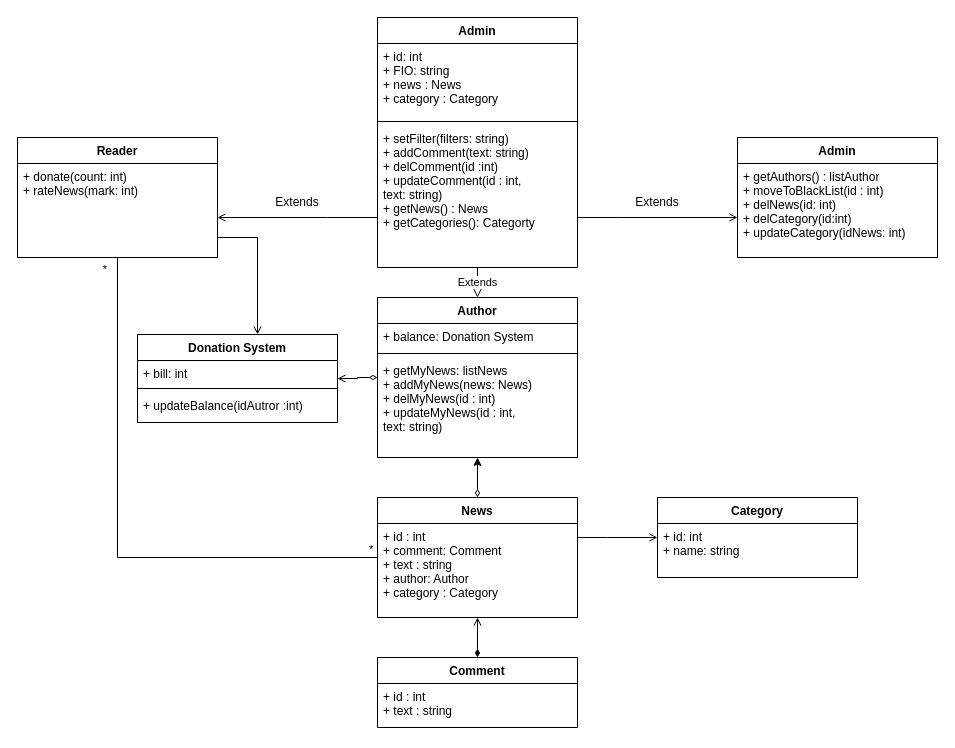
Before: UML/Диаграмма классов.drawio in krista-architecture-po-2021/kryukov_kutueva_news, a draw.io diagram. Source tidied: cells renumbered, new cells numbered last; positions are measured from the earlier drawing's top-left corner, leaving out a move shared by most shapes. Both pictures are drawn from the tidied source at 100%, with x=0, y=0 at pixel (17, 17).
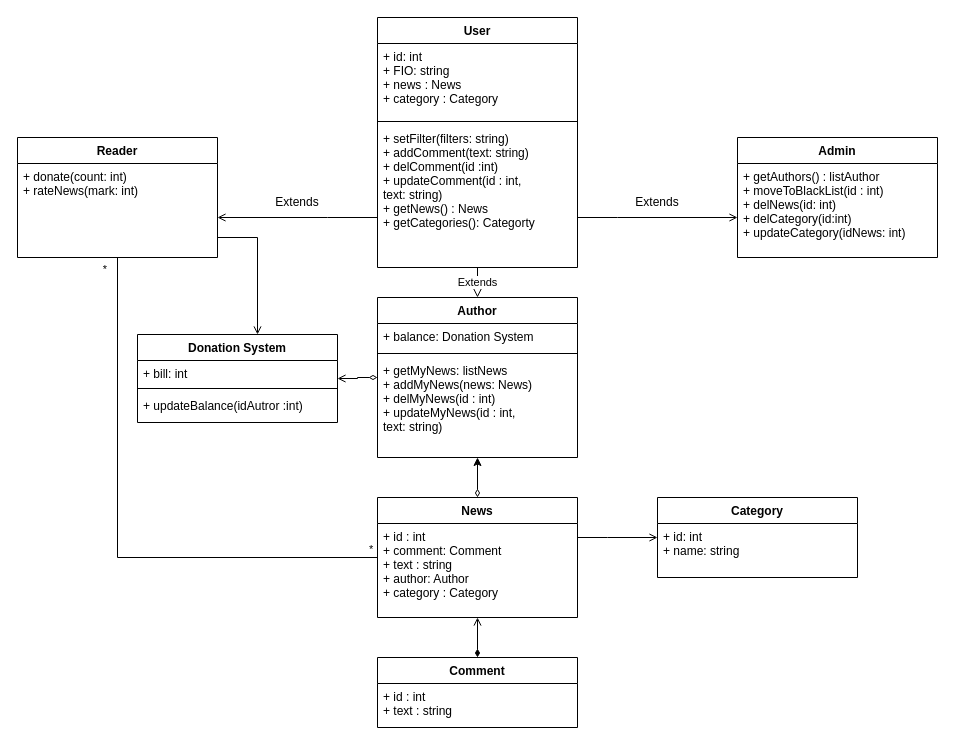
The same diagram, later.

Commit message:
Устранение ошибки

What changed in the source:
```diff
@@
-    <mxCell id="21" value="Admin" style="swimlane;fontStyle=1;align=center;verticalAlign=top;horizontal=1;startSize=26;" parent="1" vertex="1">
+    <mxCell id="21" value="User" style="swimlane;fontStyle=1;align=center;verticalAlign=top;horizontal=1;startSize=26;" parent="1" vertex="1">
       <mxGeometry x="360" width="200" height="250" as="geometry" />
     </mxCell>
```
